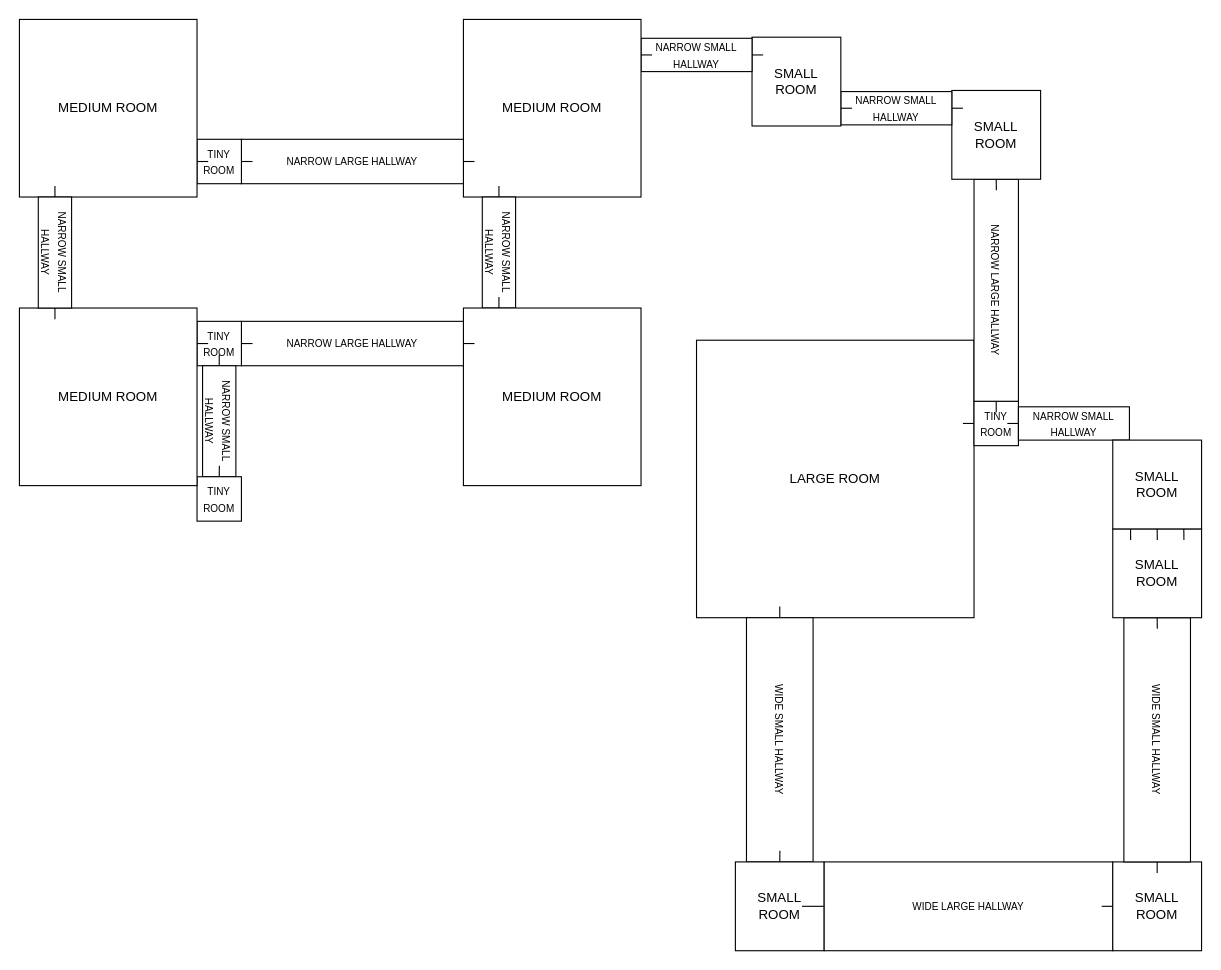
Earlier version of the draw.io diagram Assets/StreamingAssets/large2.drawio (OFCLeoS/dcs-unity-URG). Source tidied: cells renumbered, new cells numbered last; positions are measured from the earlier drawing's top-left corner, leaving out a move shared by most shapes. Both pictures are drawn from the tidied source at 111%, with x=0, y=0 at pixel (-1, 19).
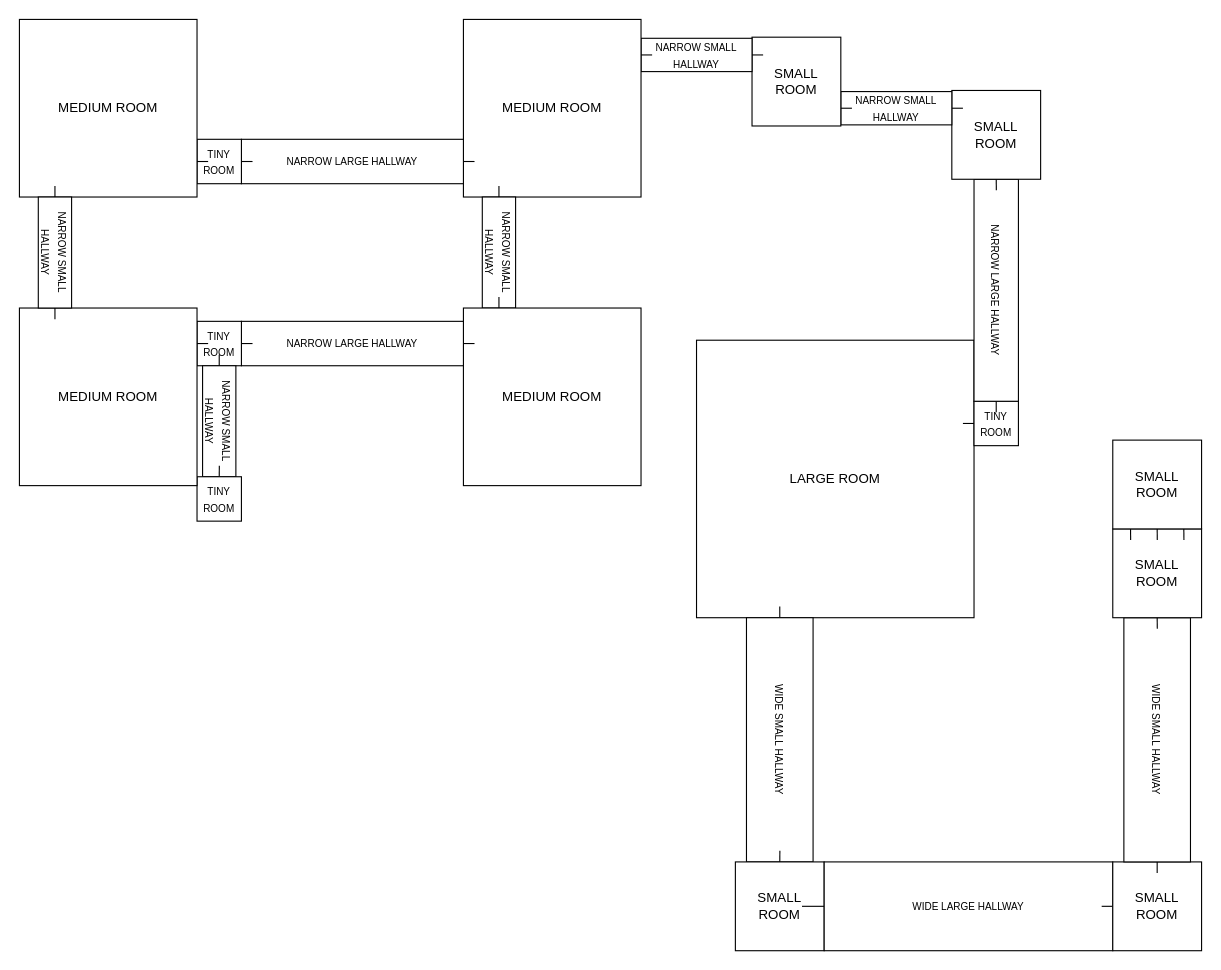
After the change.

The change refers to these unchanged cells:
```xml
<mxCell id="8" value="&lt;font style=&quot;font-size: 9px;&quot;&gt;TINY ROOM&lt;/font&gt;" style="rounded=0;whiteSpace=wrap;html=1;points=[[0,0.5,0,0,0],[0.5,0,0,0,0],[0.5,1,0,0,0],[1,0.5,0,0,0]];" parent="1" vertex="1">
  <mxGeometry x="878" y="344" width="40" height="40" as="geometry" />
</mxCell>
```

Diff of the diagram source:
```diff
@@
-    <mxCell id="6" style="edgeStyle=orthogonalEdgeStyle;shape=connector;rounded=0;jettySize=auto;html=1;exitX=1;exitY=0.5;exitDx=0;exitDy=0;exitPerimeter=0;strokeColor=default;align=center;verticalAlign=middle;fontFamily=Helvetica;fontSize=11;fontColor=default;labelBackgroundColor=default;endArrow=none;endFill=0;" parent="1" edge="1" source="8">
-      <mxGeometry relative="1" as="geometry">
-        <mxPoint x="928" y="364" as="targetPoint" />
-      </mxGeometry>
-    </mxCell>
@@
-    <mxCell id="80" style="edgeStyle=orthogonalEdgeStyle;shape=connector;rounded=0;jettySize=auto;html=1;exitX=0;exitY=0.5;exitDx=0;exitDy=0;exitPerimeter=0;strokeColor=default;align=center;verticalAlign=middle;fontFamily=Helvetica;fontSize=11;fontColor=default;labelBackgroundColor=default;endArrow=none;endFill=0;" parent="1" edge="1" source="81">
-      <mxGeometry relative="1" as="geometry">
-        <mxPoint x="908" y="364" as="targetPoint" />
-      </mxGeometry>
-    </mxCell>
-    <mxCell id="81" value="&lt;font style=&quot;font-size: 9px;&quot;&gt;NARROW SMALL HALLWAY&lt;/font&gt;" style="rounded=0;whiteSpace=wrap;html=1;points=[[0,0.5,0,0,0],[1,0.5,0,0,0]];" parent="1" vertex="1">
-      <mxGeometry x="918" y="349" width="100" height="30" as="geometry" />
-    </mxCell>
```
